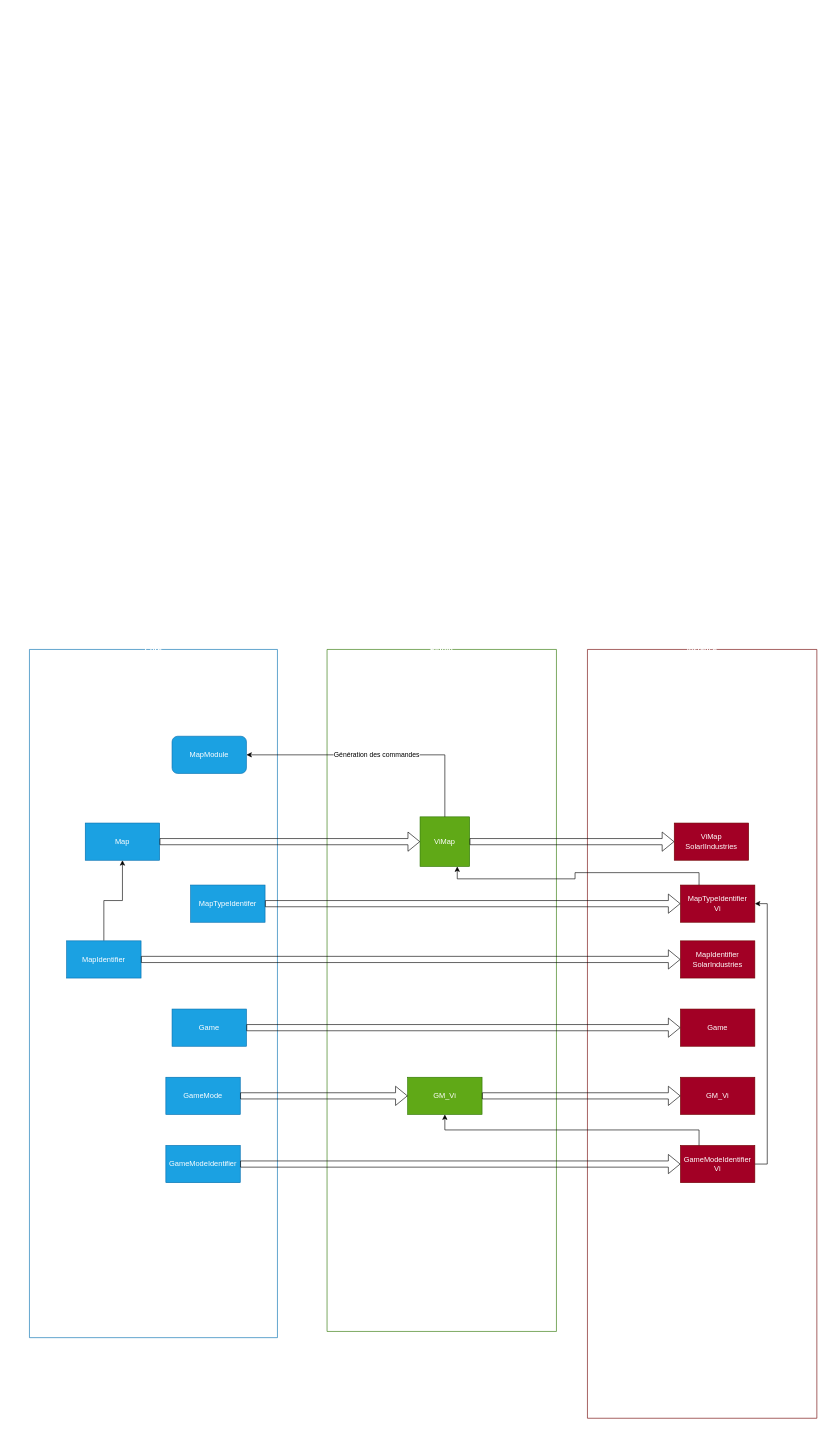
Earlier version of the draw.io diagram src/main/java/fr/nekotine/core/map/MapModule.drawio (NekotineMC/NekotineCore). Source tidied: cells renumbered, new cells numbered last; positions are measured from the earlier drawing's top-left corner, leaving out a move shared by most shapes. Both pictures are drawn from the tidied source at 62%, with x=0, y=0 at pixel (29, 649).
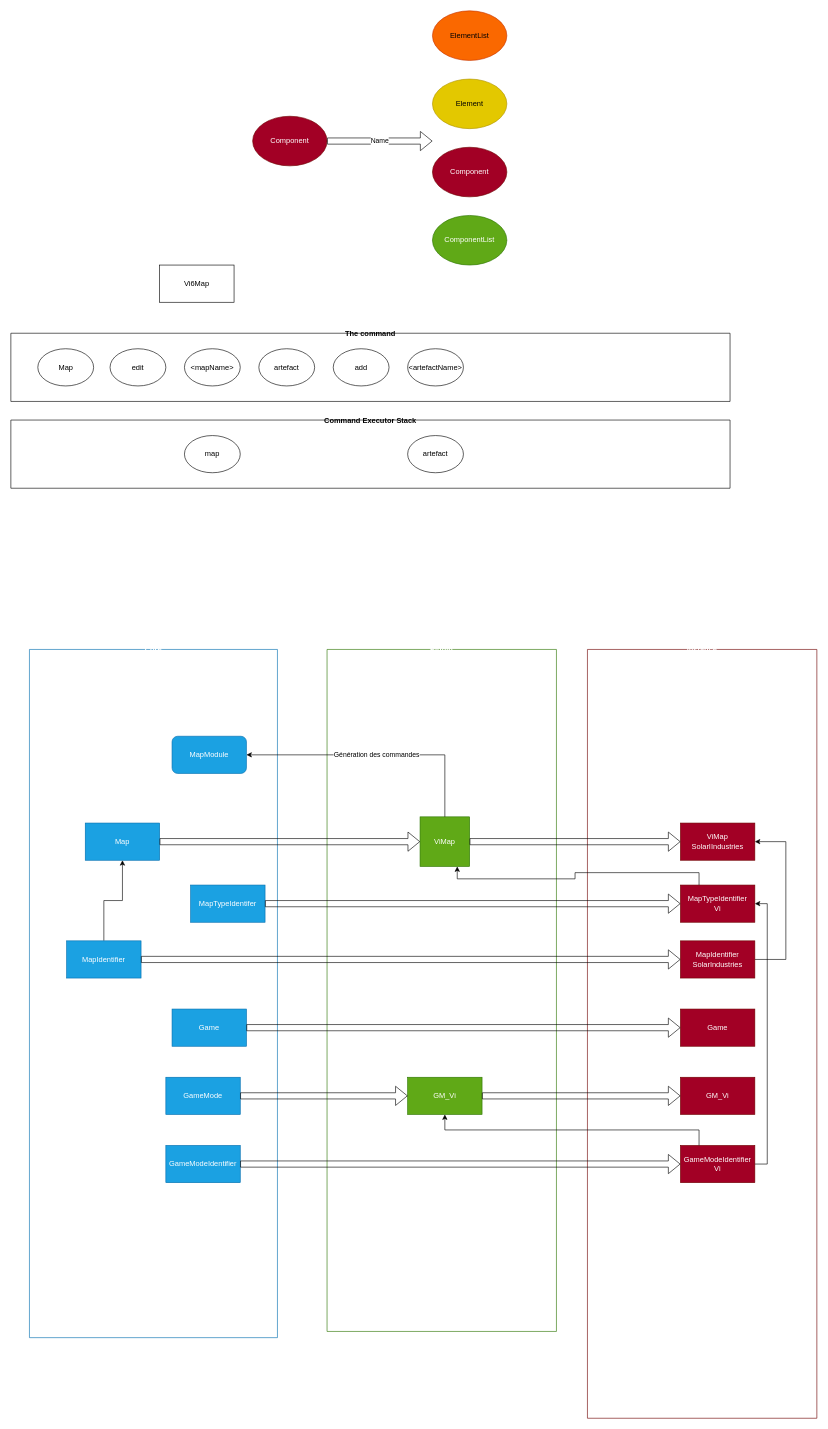
Above is the later version.

The change refers to these unchanged cells:
```xml
<mxCell id="14" value="Instance" style="swimlane;startSize=0;fillColor=#a20025;fontColor=#ffffff;strokeColor=#6F0000;glass=0;swimlaneFillColor=none;fillStyle=auto;" parent="1" vertex="1">
  <mxGeometry x="900" width="370" height="1240" as="geometry" />
</mxCell>
<mxCell id="16" value="MapIdentifier&lt;br&gt;SolarIndustries" style="rounded=0;whiteSpace=wrap;html=1;fillColor=#a20025;fontColor=#ffffff;strokeColor=#6F0000;" parent="14" vertex="1">
  <mxGeometry x="150" y="470" width="120" height="60" as="geometry" />
</mxCell>
```

Change to the diagram source:
```diff
@@
     <mxCell id="15" value="ViMap&lt;br&gt;SolarIIndustries" style="rounded=0;whiteSpace=wrap;html=1;fillColor=#a20025;fontColor=#ffffff;strokeColor=#6F0000;" parent="14" vertex="1">
-      <mxGeometry x="140" y="280" width="120" height="60" as="geometry" />
+      <mxGeometry x="150" y="280" width="120" height="60" as="geometry" />
     </mxCell>
+    <mxCell id="33" style="edgeStyle=orthogonalEdgeStyle;rounded=0;jettySize=auto;html=1;exitX=1;exitY=0.5;exitDx=0;exitDy=0;entryX=1;entryY=0.5;entryDx=0;entryDy=0;" parent="14" edge="1" source="16" target="15">
+      <mxGeometry relative="1" as="geometry">
+        <Array as="points">
+          <mxPoint x="320" y="500" />
+          <mxPoint x="320" y="310" />
+        </Array>
+      </mxGeometry>
+    </mxCell>
@@
+    <mxCell id="34" value="Vi6Map" style="rounded=0;whiteSpace=wrap;html=1;" parent="1" vertex="1">
+      <mxGeometry x="210" y="-620" width="120" height="60" as="geometry" />
+    </mxCell>
+    <mxCell id="35" value="The command" style="swimlane;startSize=0;" parent="1" vertex="1">
+      <mxGeometry x="-30" y="-510" width="1160" height="110" as="geometry" />
+    </mxCell>
+    <mxCell id="36" value="Map" style="ellipse;whiteSpace=wrap;html=1;" parent="35" vertex="1">
+      <mxGeometry x="43.5" y="25" width="90" height="60" as="geometry" />
+    </mxCell>
+    <mxCell id="37" value="edit" style="ellipse;whiteSpace=wrap;html=1;" parent="35" vertex="1">
+      <mxGeometry x="160" y="25" width="90" height="60" as="geometry" />
+    </mxCell>
+    <mxCell id="38" value="&amp;lt;mapName&amp;gt;" style="ellipse;whiteSpace=wrap;html=1;" parent="35" vertex="1">
+      <mxGeometry x="280" y="25" width="90" height="60" as="geometry" />
+    </mxCell>
+    <mxCell id="39" value="artefact" style="ellipse;whiteSpace=wrap;html=1;" parent="35" vertex="1">
+      <mxGeometry x="400" y="25" width="90" height="60" as="geometry" />
+    </mxCell>
+    <mxCell id="40" value="add" style="ellipse;whiteSpace=wrap;html=1;" parent="35" vertex="1">
+      <mxGeometry x="520" y="25" width="90" height="60" as="geometry" />
+    </mxCell>
+    <mxCell id="41" value="&amp;lt;artefactName&amp;gt;" style="ellipse;whiteSpace=wrap;html=1;" parent="35" vertex="1">
+      <mxGeometry x="640" y="25" width="90" height="60" as="geometry" />
+    </mxCell>
+    <mxCell id="42" value="Command Executor Stack" style="swimlane;startSize=0;" parent="1" vertex="1">
+      <mxGeometry x="-30" y="-370" width="1160" height="110" as="geometry" />
+    </mxCell>
+    <mxCell id="43" value="map" style="ellipse;whiteSpace=wrap;html=1;" parent="42" vertex="1">
+      <mxGeometry x="280" y="25" width="90" height="60" as="geometry" />
+    </mxCell>
+    <mxCell id="44" value="artefact" style="ellipse;whiteSpace=wrap;html=1;" parent="42" vertex="1">
+      <mxGeometry x="640" y="25" width="90" height="60" as="geometry" />
+    </mxCell>
+    <mxCell id="45" value="Component" style="ellipse;whiteSpace=wrap;html=1;fillColor=#a20025;fontColor=#ffffff;strokeColor=#6F0000;" parent="1" vertex="1">
+      <mxGeometry x="360" y="-860" width="120" height="80" as="geometry" />
+    </mxCell>
+    <mxCell id="46" value="Component" style="ellipse;whiteSpace=wrap;html=1;fillColor=#a20025;fontColor=#ffffff;strokeColor=#6F0000;" parent="1" vertex="1">
+      <mxGeometry x="650" y="-810" width="120" height="80" as="geometry" />
+    </mxCell>
+    <mxCell id="47" value="Element" style="ellipse;whiteSpace=wrap;html=1;fillColor=#e3c800;fontColor=#000000;strokeColor=#B09500;" parent="1" vertex="1">
+      <mxGeometry x="650" y="-920" width="120" height="80" as="geometry" />
+    </mxCell>
+    <mxCell id="48" value="ComponentList" style="ellipse;whiteSpace=wrap;html=1;fillColor=#60a917;fontColor=#ffffff;strokeColor=#2D7600;" parent="1" vertex="1">
+      <mxGeometry x="650" y="-700" width="120" height="80" as="geometry" />
+    </mxCell>
+    <mxCell id="49" value="ElementList" style="ellipse;whiteSpace=wrap;html=1;fillColor=#fa6800;fontColor=#000000;strokeColor=#C73500;" parent="1" vertex="1">
+      <mxGeometry x="650" y="-1030" width="120" height="80" as="geometry" />
+    </mxCell>
+    <mxCell id="50" value="Name" style="shape=flexArrow;endArrow=classic;html=1;rounded=0;exitX=1;exitY=0.5;exitDx=0;exitDy=0;" parent="1" edge="1" source="45">
+      <mxGeometry relative="1" as="geometry">
+        <mxPoint x="650" y="-820" as="targetPoint" />
+      </mxGeometry>
+    </mxCell>
```
